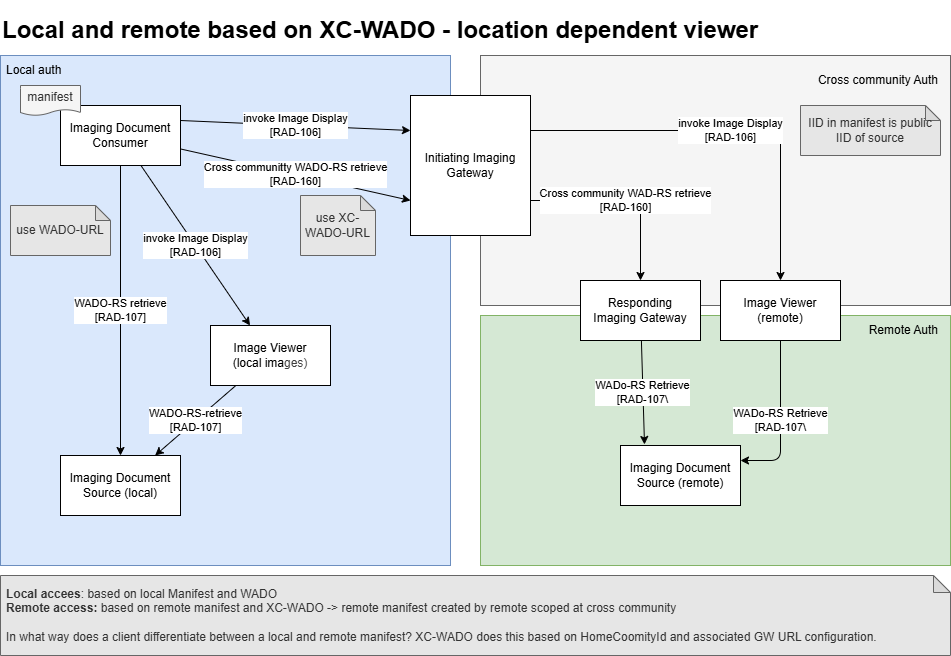
Before: mado-profile-images/actors-3-remote-remote-viewer.drawio.png, a diagram exported from draw.io (hl7-eu/imaging-manifest). Source tidied: cells renumbered, new cells last; positions are measured from the earlier drawing's top-left corner, leaving out a move shared by most shapes.
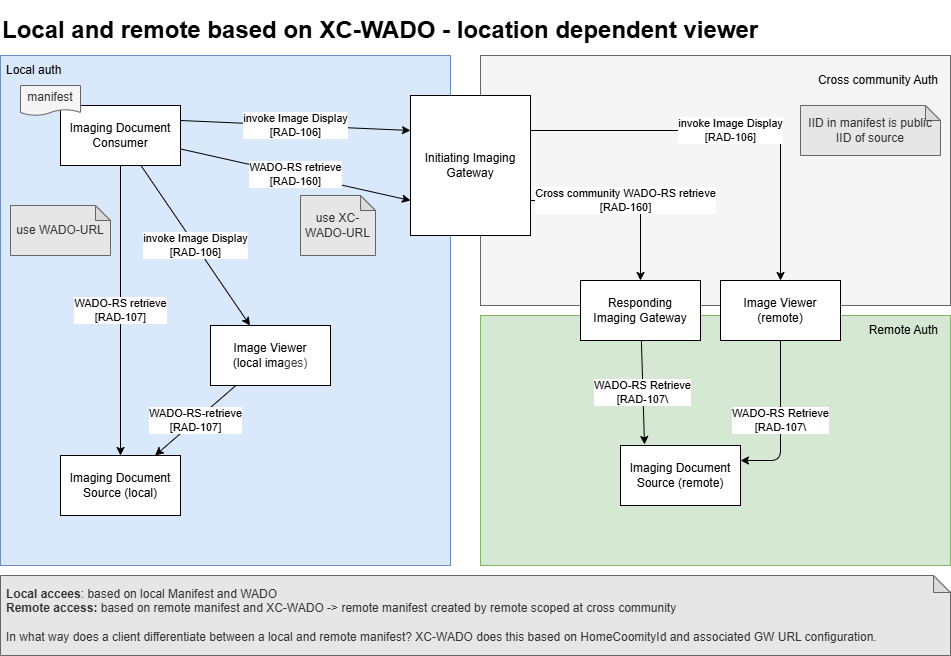
Later version of the same file.

Change to the diagram source:
```diff
@@ -20,7 +20,7 @@
     <mxCell id="7" value="Local auth" style="text;html=1;align=left;verticalAlign=middle;whiteSpace=wrap;rounded=0;spacingLeft=4;" parent="1" vertex="1">
       <mxGeometry y="40" width="190" height="30" as="geometry" />
     </mxCell>
-    <mxCell id="8" value="Cross community WAD-RS retrieve&lt;div&gt;[RAD-160]&lt;/div&gt;" style="edgeStyle=orthogonalEdgeStyle;html=1;exitX=1;exitY=0.75;exitDx=0;exitDy=0;" parent="1" edge="1" source="9" target="16">
+    <mxCell id="8" value="Cross community WADO-RS retrieve&lt;div&gt;[RAD-160]&lt;/div&gt;" style="edgeStyle=orthogonalEdgeStyle;html=1;exitX=1;exitY=0.75;exitDx=0;exitDy=0;" parent="1" edge="1" source="9" target="16">
       <mxGeometry relative="1" as="geometry" />
     </mxCell>
     <mxCell id="9" value="Initiating Imaging Gateway" style="whiteSpace=wrap;html=1;" parent="1" vertex="1">
@@ -29,7 +29,7 @@
     <mxCell id="10" value="invoke Image Display&lt;div&gt;[RAD-106]&lt;/div&gt;" style="edgeStyle=orthogonalEdgeStyle;html=1;exitX=1;exitY=0.25;exitDx=0;exitDy=0;" parent="1" edge="1" source="9" target="13">
       <mxGeometry relative="1" as="geometry" />
     </mxCell>
-    <mxCell id="11" value="Cross communitty WADO-RS retrieve&lt;div&gt;[RAD-160]&lt;/div&gt;" style="edgeStyle=none;html=1;entryX=0;entryY=0.75;entryDx=0;entryDy=0;" parent="1" edge="1" source="12" target="9">
+    <mxCell id="11" value="WADO-RS retrieve&lt;div&gt;[RAD-160]&lt;/div&gt;" style="edgeStyle=none;html=1;entryX=0;entryY=0.75;entryDx=0;entryDy=0;" parent="1" edge="1" source="12" target="9">
       <mxGeometry relative="1" as="geometry" />
     </mxCell>
     <mxCell id="12" value="Imaging Document&lt;div&gt;Consumer&lt;/div&gt;" style="whiteSpace=wrap;html=1;" parent="1" vertex="1">
@@ -41,7 +41,7 @@
     <mxCell id="14" value="Imaging Document&lt;div&gt;Source (local)&lt;/div&gt;" style="whiteSpace=wrap;html=1;" parent="1" vertex="1">
       <mxGeometry x="60" y="440" width="120" height="60" as="geometry" />
     </mxCell>
-    <mxCell id="15" value="WADo-RS Retrieve&lt;div&gt;[RAD-107\&lt;/div&gt;" style="edgeStyle=none;html=1;entryX=0.2;entryY=-0.017;entryDx=0;entryDy=0;entryPerimeter=0;" parent="1" edge="1" source="16" target="17">
+    <mxCell id="15" value="WADO-RS Retrieve&lt;div&gt;[RAD-107\&lt;/div&gt;" style="edgeStyle=none;html=1;entryX=0.2;entryY=-0.017;entryDx=0;entryDy=0;entryPerimeter=0;" parent="1" edge="1" source="16" target="17">
       <mxGeometry relative="1" as="geometry" />
     </mxCell>
     <mxCell id="16" value="Responding&lt;div&gt;Imaging Gateway&lt;/div&gt;" style="whiteSpace=wrap;html=1;" parent="1" vertex="1">
@@ -50,7 +50,7 @@
     <mxCell id="17" value="Imaging Document&lt;div&gt;Source (remote)&lt;/div&gt;" style="whiteSpace=wrap;html=1;" parent="1" vertex="1">
       <mxGeometry x="620" y="430" width="120" height="60" as="geometry" />
     </mxCell>
-    <mxCell id="18" value="WADo-RS Retrieve&lt;div&gt;[RAD-107\&lt;/div&gt;" style="edgeStyle=orthogonalEdgeStyle;html=1;entryX=1;entryY=0.25;entryDx=0;entryDy=0;" parent="1" edge="1" source="13" target="17">
+    <mxCell id="18" value="WADO-RS Retrieve&lt;div&gt;[RAD-107\&lt;/div&gt;" style="edgeStyle=orthogonalEdgeStyle;html=1;entryX=1;entryY=0.25;entryDx=0;entryDy=0;" parent="1" edge="1" source="13" target="17">
       <mxGeometry relative="1" as="geometry" />
     </mxCell>
     <mxCell id="19" value="IID in manifest is public IID of source" style="shape=note;whiteSpace=wrap;html=1;backgroundOutline=1;darkOpacity=0.05;fillColor=#E6E6E6;fontColor=#333333;strokeColor=#666666;size=15;" parent="1" vertex="1">
```
